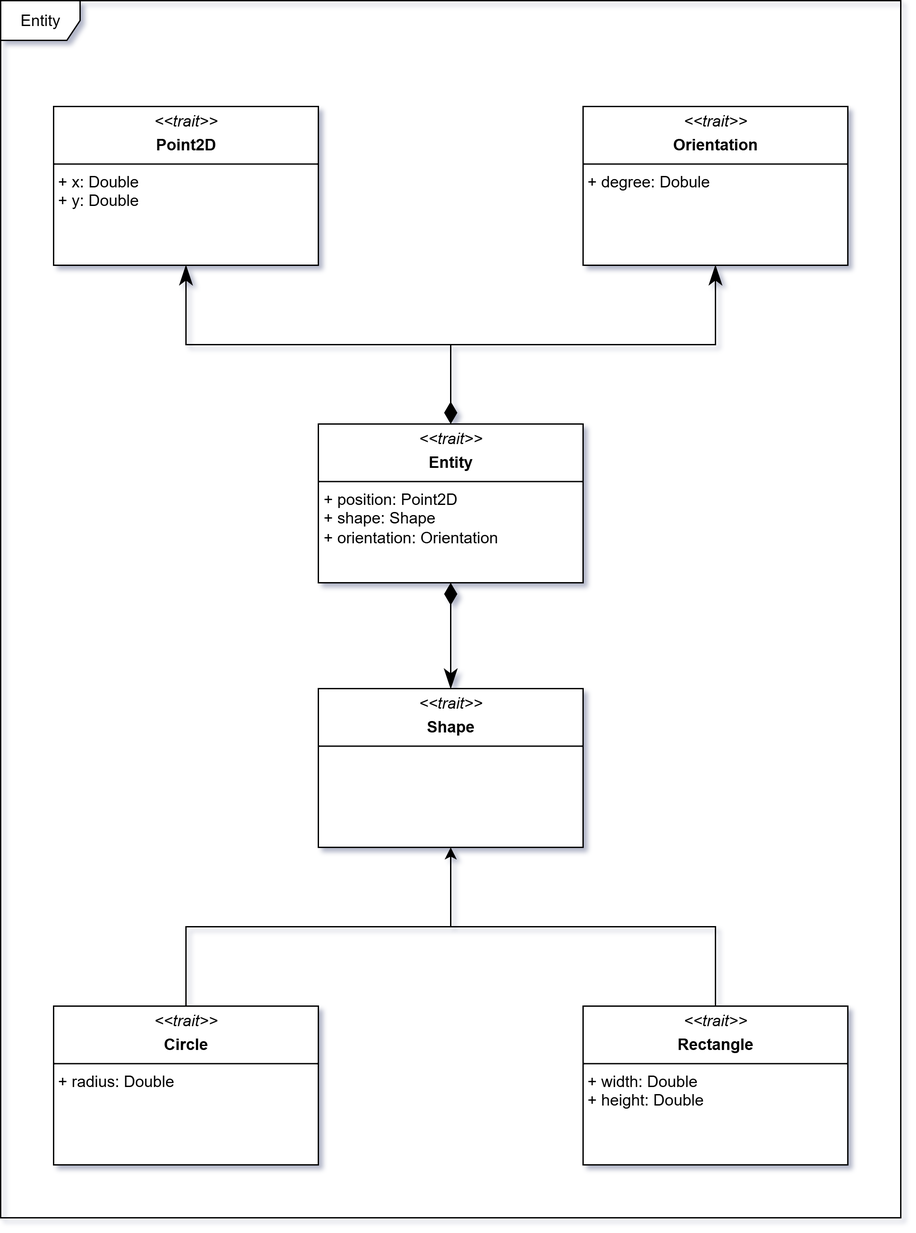
The draw.io diagram docs/static/img/04-detailed-design/entity.png in Scala-Robotics-Simulator/PPS-22-srs, before a commit. Source tidied: cells renumbered, new cells last; positions are measured from the earlier drawing's top-left corner, leaving out a move shared by most shapes. Source of this version:
```xml
<mxGraphModel>
  <root>
    <mxCell id="0" />
    <mxCell id="1" parent="0" />
    <mxCell id="2" value="&lt;p style=&quot;margin:0px;margin-top:4px;text-align:center;&quot;&gt;&lt;i&gt;&amp;lt;&amp;lt;trait&amp;gt;&amp;gt;&lt;/i&gt;&lt;/p&gt;&lt;p style=&quot;margin:0px;margin-top:4px;text-align:center;&quot;&gt;&lt;b&gt;Shape&lt;/b&gt;&lt;/p&gt;&lt;hr size=&quot;1&quot; style=&quot;border-style:solid;&quot;&gt;&amp;nbsp;" style="verticalAlign=top;align=left;overflow=fill;html=1;whiteSpace=wrap;" parent="1" vertex="1">
      <mxGeometry x="240" y="520" width="200" height="120" as="geometry" />
    </mxCell>
    <mxCell id="3" style="edgeStyle=orthogonalEdgeStyle;rounded=0;jettySize=auto;html=1;entryX=0.5;entryY=1;entryDx=0;entryDy=0;" parent="1" edge="1" source="4" target="2">
      <mxGeometry relative="1" as="geometry" />
    </mxCell>
    <mxCell id="4" value="&lt;p style=&quot;margin:0px;margin-top:4px;text-align:center;&quot;&gt;&lt;i&gt;&amp;lt;&amp;lt;trait&amp;gt;&amp;gt;&lt;/i&gt;&lt;/p&gt;&lt;p style=&quot;margin:0px;margin-top:4px;text-align:center;&quot;&gt;&lt;b&gt;Circle&lt;/b&gt;&lt;/p&gt;&lt;hr size=&quot;1&quot; style=&quot;border-style:solid;&quot;&gt;&amp;nbsp;+ radius: Double" style="verticalAlign=top;align=left;overflow=fill;html=1;whiteSpace=wrap;" parent="1" vertex="1">
      <mxGeometry x="40" y="760" width="200" height="120" as="geometry" />
    </mxCell>
    <mxCell id="5" style="edgeStyle=orthogonalEdgeStyle;rounded=0;jettySize=auto;html=1;exitX=0.5;exitY=0;exitDx=0;exitDy=0;endArrow=none;endFill=0;" parent="1" edge="1" source="6">
      <mxGeometry relative="1" as="geometry">
        <mxPoint x="340" y="700" as="targetPoint" />
        <Array as="points">
          <mxPoint x="540" y="700" />
        </Array>
      </mxGeometry>
    </mxCell>
    <mxCell id="6" value="&lt;p style=&quot;margin:0px;margin-top:4px;text-align:center;&quot;&gt;&lt;i&gt;&amp;lt;&amp;lt;trait&amp;gt;&amp;gt;&lt;/i&gt;&lt;/p&gt;&lt;p style=&quot;margin:0px;margin-top:4px;text-align:center;&quot;&gt;&lt;b&gt;Rectangle&lt;/b&gt;&lt;/p&gt;&lt;hr size=&quot;1&quot; style=&quot;border-style:solid;&quot;&gt;&lt;div&gt;&amp;nbsp;+ width: Double&lt;/div&gt;&lt;div&gt;&amp;nbsp;+ height: Double&lt;/div&gt;" style="verticalAlign=top;align=left;overflow=fill;html=1;whiteSpace=wrap;" parent="1" vertex="1">
      <mxGeometry x="440" y="760" width="200" height="120" as="geometry" />
    </mxCell>
    <mxCell id="7" value="&lt;p style=&quot;margin:0px;margin-top:4px;text-align:center;&quot;&gt;&lt;i&gt;&amp;lt;&amp;lt;trait&amp;gt;&amp;gt;&lt;/i&gt;&lt;/p&gt;&lt;p style=&quot;margin:0px;margin-top:4px;text-align:center;&quot;&gt;&lt;b&gt;Entity&lt;/b&gt;&lt;/p&gt;&lt;hr size=&quot;1&quot; style=&quot;border-style:solid;&quot;&gt;&lt;p style=&quot;margin:0px;margin-left:4px;&quot;&gt;+ position: Point2D&lt;/p&gt;&lt;p style=&quot;margin:0px;margin-left:4px;&quot;&gt;+ shape: Shape&lt;/p&gt;&lt;p style=&quot;margin:0px;margin-left:4px;&quot;&gt;+ orientation: Orientation&lt;/p&gt;" style="verticalAlign=top;align=left;overflow=fill;html=1;whiteSpace=wrap;" parent="1" vertex="1">
      <mxGeometry x="240" y="320" width="200" height="120" as="geometry" />
    </mxCell>
    <mxCell id="8" value="&lt;p style=&quot;margin:0px;margin-top:4px;text-align:center;&quot;&gt;&lt;i&gt;&amp;lt;&amp;lt;trait&amp;gt;&amp;gt;&lt;/i&gt;&lt;/p&gt;&lt;p style=&quot;margin:0px;margin-top:4px;text-align:center;&quot;&gt;&lt;b&gt;Point2D&lt;/b&gt;&lt;/p&gt;&lt;hr size=&quot;1&quot; style=&quot;border-style:solid;&quot;&gt;&lt;div&gt;&amp;nbsp;+ x: Double&lt;/div&gt;&lt;div&gt;&amp;nbsp;+ y: Double&lt;/div&gt;" style="verticalAlign=top;align=left;overflow=fill;html=1;whiteSpace=wrap;" parent="1" vertex="1">
      <mxGeometry x="40" y="80" width="200" height="120" as="geometry" />
    </mxCell>
    <mxCell id="9" style="edgeStyle=orthogonalEdgeStyle;rounded=0;jettySize=auto;html=1;endArrow=none;endFill=0;startArrow=classicThin;startFill=1;startSize=12;endSize=12;" parent="1" edge="1" source="10">
      <mxGeometry relative="1" as="geometry">
        <mxPoint x="340" y="260" as="targetPoint" />
        <Array as="points">
          <mxPoint x="540" y="260" />
        </Array>
      </mxGeometry>
    </mxCell>
    <mxCell id="10" value="&lt;p style=&quot;margin:0px;margin-top:4px;text-align:center;&quot;&gt;&lt;i&gt;&amp;lt;&amp;lt;trait&amp;gt;&amp;gt;&lt;/i&gt;&lt;/p&gt;&lt;p style=&quot;margin:0px;margin-top:4px;text-align:center;&quot;&gt;&lt;b&gt;Orientation&lt;/b&gt;&lt;/p&gt;&lt;hr size=&quot;1&quot; style=&quot;border-style:solid;&quot;&gt;&amp;nbsp;+ degree: Dobule" style="verticalAlign=top;align=left;overflow=fill;html=1;whiteSpace=wrap;" parent="1" vertex="1">
      <mxGeometry x="440" y="80" width="200" height="120" as="geometry" />
    </mxCell>
    <mxCell id="11" style="endArrow=classicThin;html=1;endSize=12;startArrow=diamondThin;startSize=14;startFill=1;edgeStyle=orthogonalEdgeStyle;align=left;verticalAlign=bottom;rounded=0;entryX=0.5;entryY=1;entryDx=0;entryDy=0;exitX=0.5;exitY=0;exitDx=0;exitDy=0;endFill=1;" parent="1" edge="1" source="7" target="8">
      <mxGeometry x="-1" y="3" relative="1" as="geometry" />
    </mxCell>
    <mxCell id="12" style="endArrow=classicThin;html=1;endSize=12;startArrow=diamondThin;startSize=14;startFill=1;edgeStyle=orthogonalEdgeStyle;align=left;verticalAlign=bottom;rounded=0;entryX=0.5;entryY=0;entryDx=0;entryDy=0;exitX=0.5;exitY=1;exitDx=0;exitDy=0;endFill=1;" parent="1" edge="1" source="7" target="2">
      <mxGeometry x="-1" y="3" relative="1" as="geometry" />
    </mxCell>
    <mxCell id="13" value="Entity" style="shape=umlFrame;whiteSpace=wrap;html=1;" parent="1" vertex="1">
      <mxGeometry width="680" height="920" as="geometry" />
    </mxCell>
  </root>
</mxGraphModel>
```
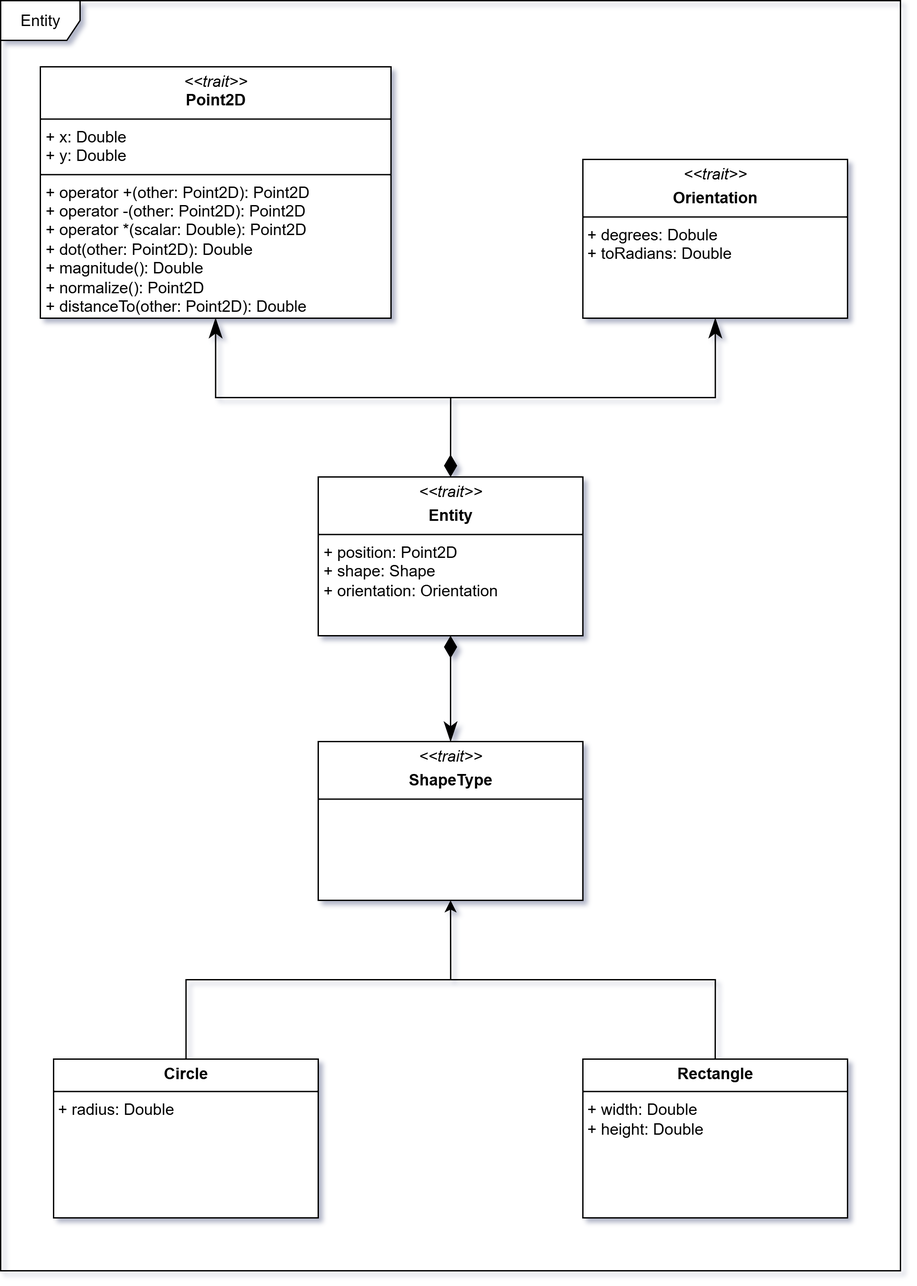
After the commit.

Commit message:
docs: add description of Entity trait and its spatial properties

Change to the diagram source:
```diff
@@ -2,13 +2,13 @@
   <root>
     <mxCell id="0" />
     <mxCell id="1" parent="0" />
-    <mxCell id="2" value="&lt;p style=&quot;margin:0px;margin-top:4px;text-align:center;&quot;&gt;&lt;i&gt;&amp;lt;&amp;lt;trait&amp;gt;&amp;gt;&lt;/i&gt;&lt;/p&gt;&lt;p style=&quot;margin:0px;margin-top:4px;text-align:center;&quot;&gt;&lt;b&gt;Shape&lt;/b&gt;&lt;/p&gt;&lt;hr size=&quot;1&quot; style=&quot;border-style:solid;&quot;&gt;&amp;nbsp;" style="verticalAlign=top;align=left;overflow=fill;html=1;whiteSpace=wrap;" parent="1" vertex="1">
+    <mxCell id="2" value="&lt;p style=&quot;margin:0px;margin-top:4px;text-align:center;&quot;&gt;&lt;i&gt;&amp;lt;&amp;lt;trait&amp;gt;&amp;gt;&lt;/i&gt;&lt;/p&gt;&lt;p style=&quot;margin:0px;margin-top:4px;text-align:center;&quot;&gt;&lt;b&gt;ShapeType&lt;/b&gt;&lt;/p&gt;&lt;hr size=&quot;1&quot; style=&quot;border-style:solid;&quot;&gt;&amp;nbsp;" style="verticalAlign=top;align=left;overflow=fill;html=1;whiteSpace=wrap;" parent="1" vertex="1">
       <mxGeometry x="240" y="520" width="200" height="120" as="geometry" />
     </mxCell>
     <mxCell id="3" style="edgeStyle=orthogonalEdgeStyle;rounded=0;jettySize=auto;html=1;entryX=0.5;entryY=1;entryDx=0;entryDy=0;" parent="1" edge="1" source="4" target="2">
       <mxGeometry relative="1" as="geometry" />
     </mxCell>
-    <mxCell id="4" value="&lt;p style=&quot;margin:0px;margin-top:4px;text-align:center;&quot;&gt;&lt;i&gt;&amp;lt;&amp;lt;trait&amp;gt;&amp;gt;&lt;/i&gt;&lt;/p&gt;&lt;p style=&quot;margin:0px;margin-top:4px;text-align:center;&quot;&gt;&lt;b&gt;Circle&lt;/b&gt;&lt;/p&gt;&lt;hr size=&quot;1&quot; style=&quot;border-style:solid;&quot;&gt;&amp;nbsp;+ radius: Double" style="verticalAlign=top;align=left;overflow=fill;html=1;whiteSpace=wrap;" parent="1" vertex="1">
+    <mxCell id="4" value="&lt;p style=&quot;margin:0px;margin-top:4px;text-align:center;&quot;&gt;&lt;b style=&quot;background-color: transparent; color: light-dark(rgb(0, 0, 0), rgb(255, 255, 255));&quot;&gt;Circle&lt;/b&gt;&lt;/p&gt;&lt;hr size=&quot;1&quot; style=&quot;border-style:solid;&quot;&gt;&amp;nbsp;+ radius: Double" style="verticalAlign=top;align=left;overflow=fill;html=1;whiteSpace=wrap;" parent="1" vertex="1">
       <mxGeometry x="40" y="760" width="200" height="120" as="geometry" />
     </mxCell>
     <mxCell id="5" style="edgeStyle=orthogonalEdgeStyle;rounded=0;jettySize=auto;html=1;exitX=0.5;exitY=0;exitDx=0;exitDy=0;endArrow=none;endFill=0;" parent="1" edge="1" source="6">
@@ -19,34 +19,34 @@
         </Array>
       </mxGeometry>
     </mxCell>
-    <mxCell id="6" value="&lt;p style=&quot;margin:0px;margin-top:4px;text-align:center;&quot;&gt;&lt;i&gt;&amp;lt;&amp;lt;trait&amp;gt;&amp;gt;&lt;/i&gt;&lt;/p&gt;&lt;p style=&quot;margin:0px;margin-top:4px;text-align:center;&quot;&gt;&lt;b&gt;Rectangle&lt;/b&gt;&lt;/p&gt;&lt;hr size=&quot;1&quot; style=&quot;border-style:solid;&quot;&gt;&lt;div&gt;&amp;nbsp;+ width: Double&lt;/div&gt;&lt;div&gt;&amp;nbsp;+ height: Double&lt;/div&gt;" style="verticalAlign=top;align=left;overflow=fill;html=1;whiteSpace=wrap;" parent="1" vertex="1">
+    <mxCell id="6" value="&lt;p style=&quot;margin:0px;margin-top:4px;text-align:center;&quot;&gt;&lt;b style=&quot;background-color: transparent; color: light-dark(rgb(0, 0, 0), rgb(255, 255, 255));&quot;&gt;Rectangle&lt;/b&gt;&lt;/p&gt;&lt;hr size=&quot;1&quot; style=&quot;border-style:solid;&quot;&gt;&lt;div&gt;&amp;nbsp;+ width: Double&lt;/div&gt;&lt;div&gt;&amp;nbsp;+ height: Double&lt;/div&gt;" style="verticalAlign=top;align=left;overflow=fill;html=1;whiteSpace=wrap;" parent="1" vertex="1">
       <mxGeometry x="440" y="760" width="200" height="120" as="geometry" />
     </mxCell>
     <mxCell id="7" value="&lt;p style=&quot;margin:0px;margin-top:4px;text-align:center;&quot;&gt;&lt;i&gt;&amp;lt;&amp;lt;trait&amp;gt;&amp;gt;&lt;/i&gt;&lt;/p&gt;&lt;p style=&quot;margin:0px;margin-top:4px;text-align:center;&quot;&gt;&lt;b&gt;Entity&lt;/b&gt;&lt;/p&gt;&lt;hr size=&quot;1&quot; style=&quot;border-style:solid;&quot;&gt;&lt;p style=&quot;margin:0px;margin-left:4px;&quot;&gt;+ position: Point2D&lt;/p&gt;&lt;p style=&quot;margin:0px;margin-left:4px;&quot;&gt;+ shape: Shape&lt;/p&gt;&lt;p style=&quot;margin:0px;margin-left:4px;&quot;&gt;+ orientation: Orientation&lt;/p&gt;" style="verticalAlign=top;align=left;overflow=fill;html=1;whiteSpace=wrap;" parent="1" vertex="1">
       <mxGeometry x="240" y="320" width="200" height="120" as="geometry" />
     </mxCell>
-    <mxCell id="8" value="&lt;p style=&quot;margin:0px;margin-top:4px;text-align:center;&quot;&gt;&lt;i&gt;&amp;lt;&amp;lt;trait&amp;gt;&amp;gt;&lt;/i&gt;&lt;/p&gt;&lt;p style=&quot;margin:0px;margin-top:4px;text-align:center;&quot;&gt;&lt;b&gt;Point2D&lt;/b&gt;&lt;/p&gt;&lt;hr size=&quot;1&quot; style=&quot;border-style:solid;&quot;&gt;&lt;div&gt;&amp;nbsp;+ x: Double&lt;/div&gt;&lt;div&gt;&amp;nbsp;+ y: Double&lt;/div&gt;" style="verticalAlign=top;align=left;overflow=fill;html=1;whiteSpace=wrap;" parent="1" vertex="1">
-      <mxGeometry x="40" y="80" width="200" height="120" as="geometry" />
+    <mxCell id="8" style="edgeStyle=orthogonalEdgeStyle;rounded=0;jettySize=auto;html=1;endArrow=none;endFill=0;startArrow=classicThin;startFill=1;startSize=12;endSize=12;" parent="1" edge="1" source="9">
+      <mxGeometry relative="1" as="geometry">
+        <mxPoint x="340" y="260" as="targetPoint" />
+        <Array as="points">
+          <mxPoint x="540" y="260" />
+        </Array>
+      </mxGeometry>
     </mxCell>
-    <mxCell id="9" style="edgeStyle=orthogonalEdgeStyle;rounded=0;jettySize=auto;html=1;endArrow=none;endFill=0;startArrow=classicThin;startFill=1;startSize=12;endSize=12;" parent="1" edge="1" source="10">
-      <mxGeometry relative="1" as="geometry">
-        <mxPoint x="340" y="260" as="targetPoint" />
-        <Array as="points">
-          <mxPoint x="540" y="260" />
-        </Array>
-      </mxGeometry>
+    <mxCell id="9" value="&lt;p style=&quot;margin:0px;margin-top:4px;text-align:center;&quot;&gt;&lt;i&gt;&amp;lt;&amp;lt;trait&amp;gt;&amp;gt;&lt;/i&gt;&lt;/p&gt;&lt;p style=&quot;margin:0px;margin-top:4px;text-align:center;&quot;&gt;&lt;b&gt;Orientation&lt;/b&gt;&lt;/p&gt;&lt;hr size=&quot;1&quot; style=&quot;border-style:solid;&quot;&gt;&amp;nbsp;+ degrees: Dobule&lt;div&gt;&amp;nbsp;+ toRadians: Double&amp;nbsp;&lt;/div&gt;" style="verticalAlign=top;align=left;overflow=fill;html=1;whiteSpace=wrap;" parent="1" vertex="1">
+      <mxGeometry x="440" y="80" width="200" height="120" as="geometry" />
     </mxCell>
-    <mxCell id="10" value="&lt;p style=&quot;margin:0px;margin-top:4px;text-align:center;&quot;&gt;&lt;i&gt;&amp;lt;&amp;lt;trait&amp;gt;&amp;gt;&lt;/i&gt;&lt;/p&gt;&lt;p style=&quot;margin:0px;margin-top:4px;text-align:center;&quot;&gt;&lt;b&gt;Orientation&lt;/b&gt;&lt;/p&gt;&lt;hr size=&quot;1&quot; style=&quot;border-style:solid;&quot;&gt;&amp;nbsp;+ degree: Dobule" style="verticalAlign=top;align=left;overflow=fill;html=1;whiteSpace=wrap;" parent="1" vertex="1">
-      <mxGeometry x="440" y="80" width="200" height="120" as="geometry" />
+    <mxCell id="10" style="endArrow=classicThin;html=1;endSize=12;startArrow=diamondThin;startSize=14;startFill=1;edgeStyle=orthogonalEdgeStyle;align=left;verticalAlign=bottom;rounded=0;exitX=0.5;exitY=0;exitDx=0;exitDy=0;endFill=1;" parent="1" edge="1" source="7" target="13">
+      <mxGeometry x="-1" y="3" relative="1" as="geometry" />
     </mxCell>
-    <mxCell id="11" style="endArrow=classicThin;html=1;endSize=12;startArrow=diamondThin;startSize=14;startFill=1;edgeStyle=orthogonalEdgeStyle;align=left;verticalAlign=bottom;rounded=0;entryX=0.5;entryY=1;entryDx=0;entryDy=0;exitX=0.5;exitY=0;exitDx=0;exitDy=0;endFill=1;" parent="1" edge="1" source="7" target="8">
+    <mxCell id="11" style="endArrow=classicThin;html=1;endSize=12;startArrow=diamondThin;startSize=14;startFill=1;edgeStyle=orthogonalEdgeStyle;align=left;verticalAlign=bottom;rounded=0;entryX=0.5;entryY=0;entryDx=0;entryDy=0;exitX=0.5;exitY=1;exitDx=0;exitDy=0;endFill=1;" parent="1" edge="1" source="7" target="2">
       <mxGeometry x="-1" y="3" relative="1" as="geometry" />
     </mxCell>
-    <mxCell id="12" style="endArrow=classicThin;html=1;endSize=12;startArrow=diamondThin;startSize=14;startFill=1;edgeStyle=orthogonalEdgeStyle;align=left;verticalAlign=bottom;rounded=0;entryX=0.5;entryY=0;entryDx=0;entryDy=0;exitX=0.5;exitY=1;exitDx=0;exitDy=0;endFill=1;" parent="1" edge="1" source="7" target="2">
-      <mxGeometry x="-1" y="3" relative="1" as="geometry" />
+    <mxCell id="12" value="Entity" style="shape=umlFrame;whiteSpace=wrap;html=1;" parent="1" vertex="1">
+      <mxGeometry y="-40" width="680" height="960" as="geometry" />
     </mxCell>
-    <mxCell id="13" value="Entity" style="shape=umlFrame;whiteSpace=wrap;html=1;" parent="1" vertex="1">
-      <mxGeometry width="680" height="920" as="geometry" />
+    <mxCell id="13" value="&lt;p style=&quot;margin:0px;margin-top:4px;text-align:center;&quot;&gt;&lt;i&gt;&amp;lt;&amp;lt;trait&amp;gt;&amp;gt;&lt;/i&gt;&lt;br&gt;&lt;b&gt;Point2D&lt;/b&gt;&lt;/p&gt;&lt;hr size=&quot;1&quot; style=&quot;border-style:solid;&quot;&gt;&lt;p style=&quot;margin:0px;margin-left:4px;&quot;&gt;+ x: Double&lt;/p&gt;&lt;p style=&quot;margin:0px;margin-left:4px;&quot;&gt;+ y: Double&lt;/p&gt;&lt;hr size=&quot;1&quot; style=&quot;border-style:solid;&quot;&gt;&lt;p style=&quot;margin:0px;margin-left:4px;&quot;&gt;+ operator +(other: Point2D): Point2D&lt;br style=&quot;padding: 0px; margin: 0px;&quot;&gt;+ operator -(other: Point2D): Point2D&lt;br style=&quot;padding: 0px; margin: 0px;&quot;&gt;+ operator *(scalar: Double): Point2D&lt;br style=&quot;padding: 0px; margin: 0px;&quot;&gt;+ dot(other: Point2D): Double&lt;br style=&quot;padding: 0px; margin: 0px;&quot;&gt;+ magnitude(): Double&lt;/p&gt;&lt;p style=&quot;margin:0px;margin-left:4px;&quot;&gt;+ normalize(): Point2D&amp;nbsp;&lt;br style=&quot;padding: 0px; margin: 0px;&quot;&gt;+ distanceTo(other: Point2D): Double&lt;/p&gt;" style="verticalAlign=top;align=left;overflow=fill;html=1;whiteSpace=wrap;" parent="1" vertex="1">
+      <mxGeometry x="30" y="10" width="265" height="190" as="geometry" />
     </mxCell>
   </root>
 </mxGraphModel>
```
